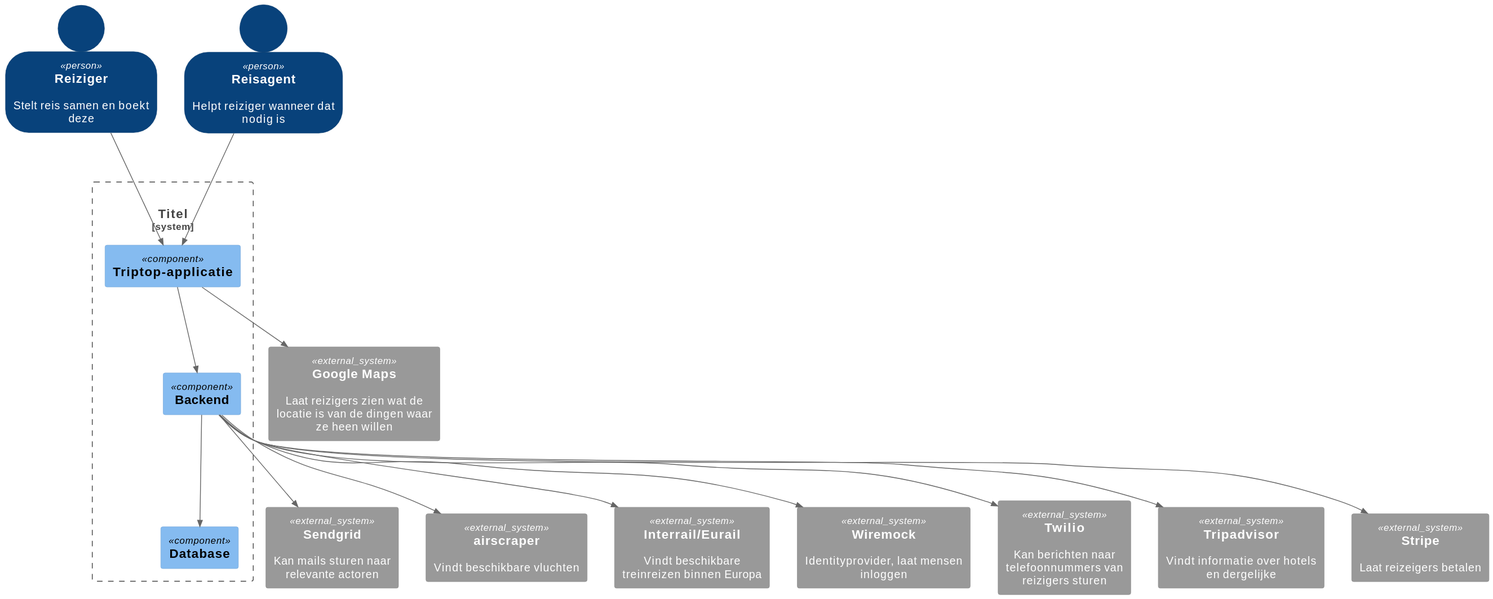
The PlantUML diagram opdracht-diagrammen/Diagrammen studenten/Week 1/ContainerDiagram/container_diagram-0.svg in AIM-ENE-feb25/triptop-dravende-dikdiks, before a commit.
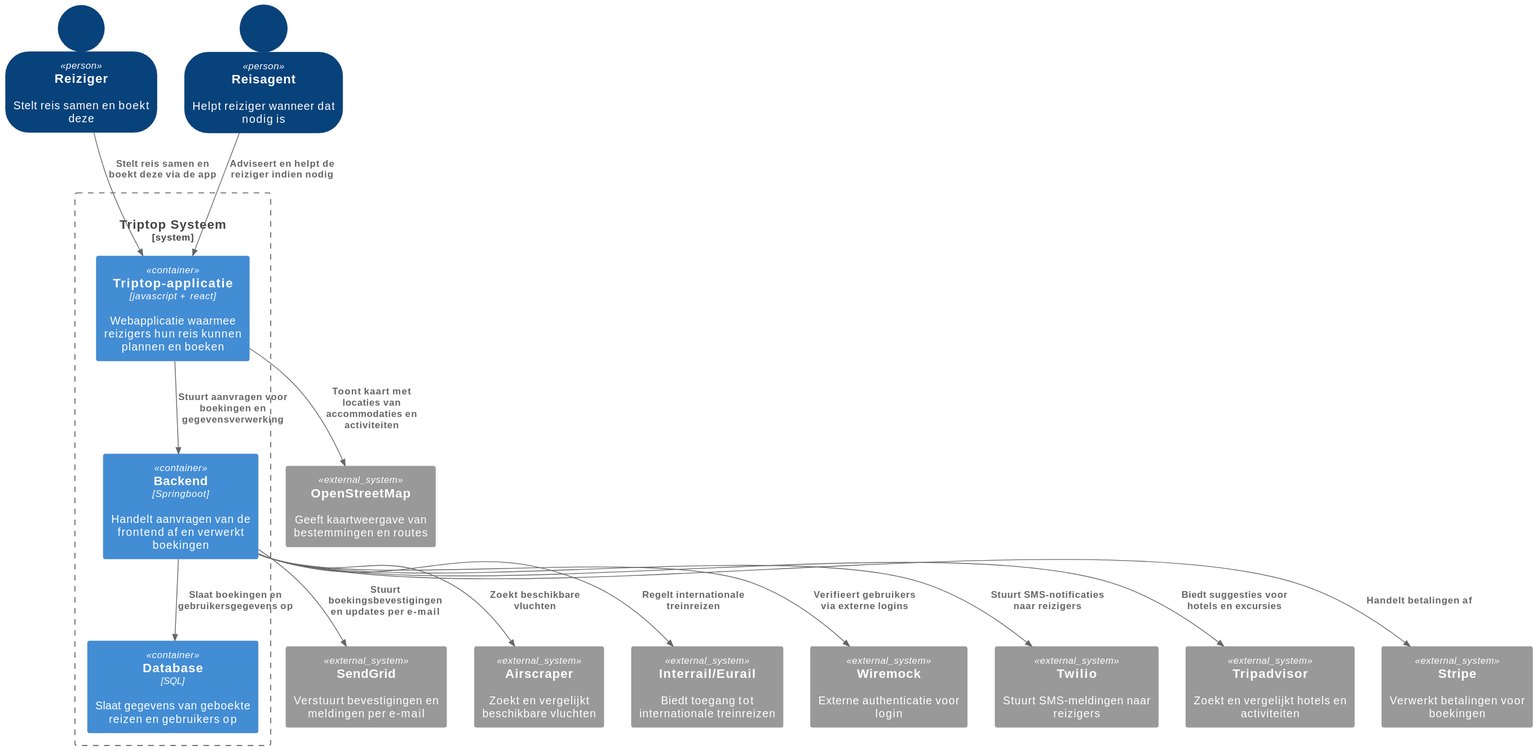
Later version of the same file.

What changed in the source:
```diff
@@ -8,34 +8,33 @@
 Person("r", "Reiziger", "Stelt reis samen en boekt deze")
 Person("ra", "Reisagent", "Helpt reiziger wanneer dat nodig is")
 
-
-System_Boundary("naam", "Titel"){
-    Component("be", "Backend")
-    Component("fe", "Triptop-applicatie")
-    Component("db", "Database")
+System_Boundary("triptop", "Triptop Systeem") {
+    Container("be", "Backend", "Springboot", "Handelt aanvragen van de frontend af en verwerkt boekingen")
+    Container("fe", "Triptop-applicatie", "javascript + react", "Webapplicatie waarmee reizigers hun reis kunnen plannen en boeken")
+    Container("db", "Database", "SQL","Slaat gegevens van geboekte reizen en gebruikers op")
 }
 
-System_Ext("sg", "Sendgrid", "Kan mails sturen naar relevante actoren")
-System_Ext("as", "airscraper", "Vindt beschikbare vluchten")
-System_Ext("eur", "Interrail/Eurail", "Vindt beschikbare treinreizen binnen Europa")
-System_Ext("wm", "Wiremock", "Identityprovider, laat mensen inloggen")
-System_Ext("tw", "Twilio", "Kan berichten naar telefoonnummers van reizigers sturen")
-System_Ext("ta", "Tripadvisor", "Vindt informatie over hotels en dergelijke")
-System_Ext("ad", "Stripe", "Laat reizeigers betalen")
-System_Ext("gm", "Google Maps", "Laat reizigers zien wat de locatie is van de dingen waar ze heen willen")
+System_Ext("sg", "SendGrid", "Verstuurt bevestigingen en meldingen per e-mail")
+System_Ext("as", "Airscraper", "Zoekt en vergelijkt beschikbare vluchten")
+System_Ext("eur", "Interrail/Eurail", "Biedt toegang tot internationale treinreizen")
+System_Ext("wm", "Wiremock", "Externe authenticatie voor login")
+System_Ext("tw", "Twilio", "Stuurt SMS-meldingen naar reizigers")
+System_Ext("ta", "Tripadvisor", "Zoekt en vergelijkt hotels en activiteiten")
+System_Ext("st", "Stripe", "Verwerkt betalingen voor boekingen")
+System_Ext("osm", "OpenStreetMap", "Geeft kaartweergave van bestemmingen en routes")
 
+Rel("r", "fe", "Stelt reis samen en boekt deze via de app")
+Rel("ra", "fe", "Adviseert en helpt de reiziger indien nodig")
+Rel("fe", "be", "Stuurt aanvragen voor boekingen en gegevensverwerking")
+Rel("be", "db", "Slaat boekingen en gebruikersgegevens op")
 
-Rel("r", "fe", " ")
-Rel("ra", "fe", " ")
-Rel("fe", "be", " ")
-Rel("be", "db", " ")
+Rel("fe", "osm", "Toont kaart met locaties van accommodaties en activiteiten")
 
-Rel("be", "sg", " ")
-Rel("be", "as", " ")
-Rel("be", "eur", " ")
-Rel("be", "wm", " ")
-Rel("be", "tw", " ")
-Rel("be", "ta", " ")
-Rel("be", "ad", " ")
-Rel("fe", "gm", " ")
+Rel("be", "sg", "Stuurt boekingsbevestigingen en updates per e-mail")
+Rel("be", "as", "Zoekt beschikbare vluchten")
+Rel("be", "eur", "Regelt internationale treinreizen")
+Rel("be", "wm", "Verifieert gebruikers via externe logins")
+Rel("be", "tw", "Stuurt SMS-notificaties naar reizigers")
+Rel("be", "ta", "Biedt suggesties voor hotels en excursies")
+Rel("be", "st", "Handelt betalingen af")
 @enduml
```
